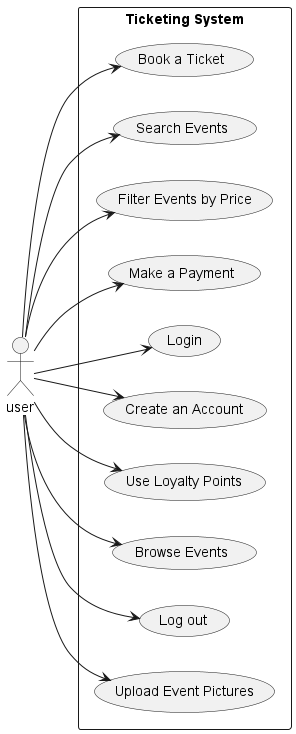
HabibaMekay/Tixie keeps this PlantUML diagram as Diagrams/UsecaseDiagrams/UsecaseDiagram_User.png. Above is the earlier version. Source of this version:
```plantuml
@startuml UsecaseDiagram_User
left to right direction
actor user


rectangle "Ticketing System"{
    usecase "Book a Ticket" as UC1
    usecase "Search Events" as UC2
    usecase "Filter Events by Price" as UC3
    usecase "Make a Payment" as UC4
    usecase "Login" as UC5
    usecase "Create an Account" as UC6
    usecase "Use Loyalty Points" as UC7
    usecase "Browse Events" as UC9
    usecase "Log out" as UC13
    usecase "Upload Event Pictures" as UC14




user -->UC1
user -->UC2
user -->UC3
user -->UC4
user -->UC5
user -->UC6
user -->UC7
user -->UC9
user -->UC13
user -->UC14



}
@enduml
```
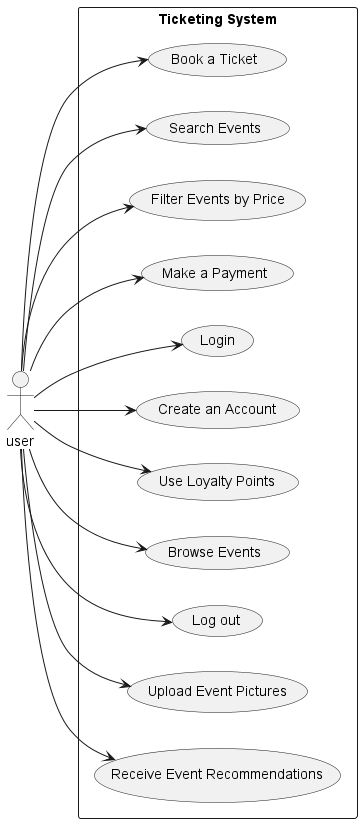
After the commit.

Commit message:
added Receive Event Recommendations

The edit, as a diff of the source:
```diff
@@ -14,7 +14,7 @@
     usecase "Browse Events" as UC9
     usecase "Log out" as UC13
     usecase "Upload Event Pictures" as UC14
-
+    usecase "Receive Event Recommendations" as UC15
 
 
 
@@ -28,6 +28,7 @@
 user -->UC9
 user -->UC13
 user -->UC14
+user -->UC15
 
 
 
```
